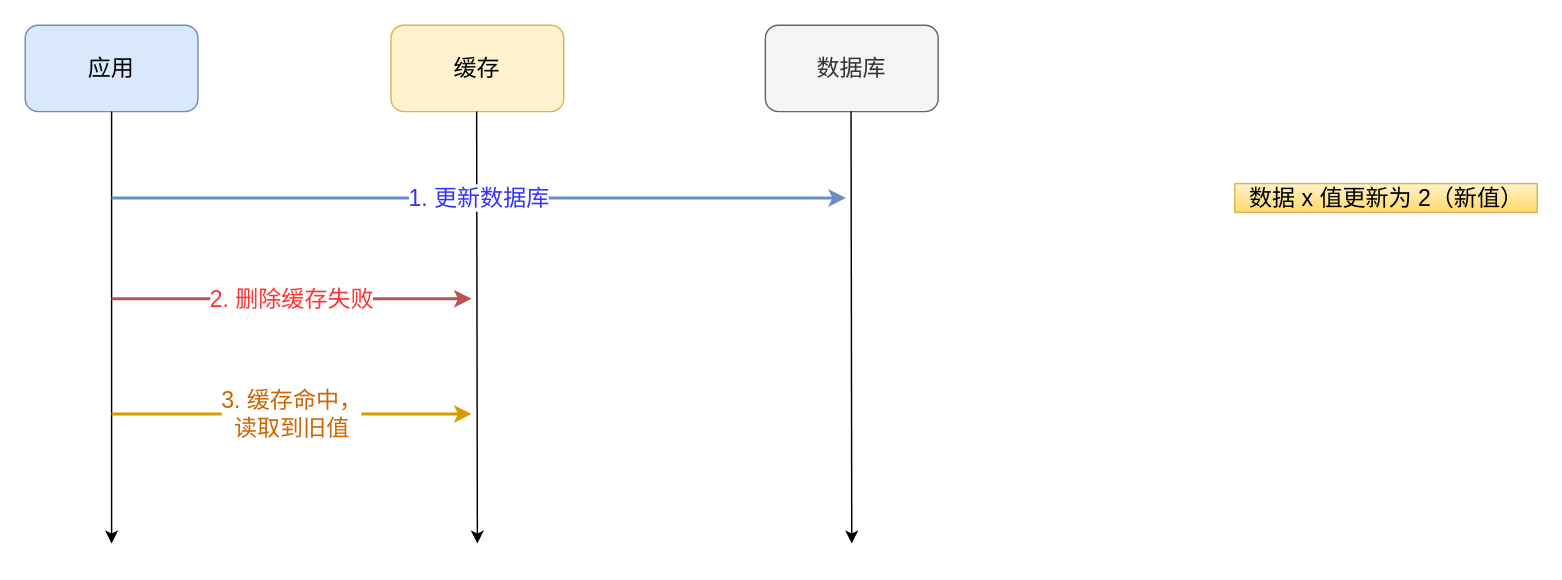
Above: redis/缓存/删除缓存失败-数据不一致.drawio in xiaolincoder/ImageHost4 (draw.io), before the change. Source tidied: cells renumbered, new cells numbered last; positions are measured from the earlier drawing's top-left corner, leaving out a move shared by most shapes. Both pictures are drawn from the tidied source at 144%, with x=0, y=0 at pixel (24, 24).
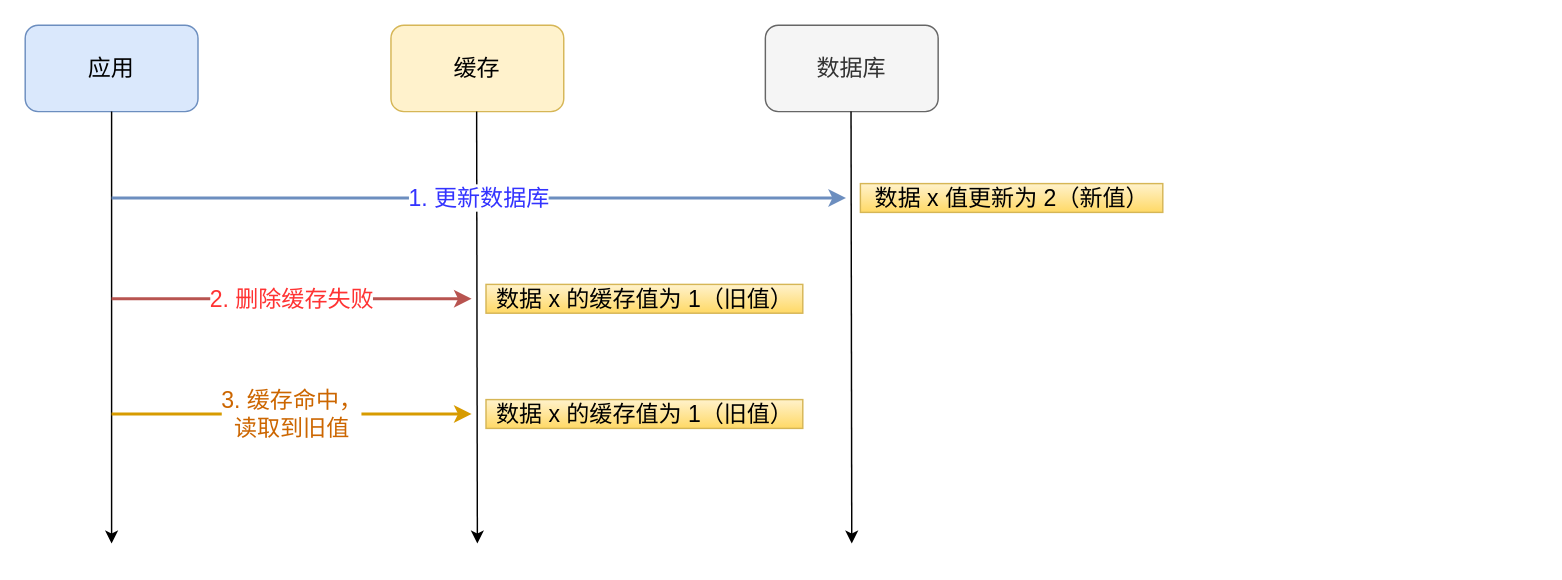
After the change.

Commit message (it also covers changes not shown here):
更新删除缓存失败-数据不一致.drawio

Change to the diagram source:
```diff
@@
 <mxGraphModel>
   <root>
     <mxCell id="0" />
     <mxCell id="1" parent="0" />
     <mxCell id="2" value="应用" style="rounded=1;whiteSpace=wrap;html=1;fontSize=16;fillColor=#dae8fc;strokeColor=#6c8ebf;" parent="1" vertex="1">
       <mxGeometry width="120" height="60" as="geometry" />
     </mxCell>
     <mxCell id="3" value="缓存" style="rounded=1;whiteSpace=wrap;html=1;fontSize=16;fillColor=#fff2cc;strokeColor=#d6b656;" parent="1" vertex="1">
       <mxGeometry x="254" width="120" height="60" as="geometry" />
     </mxCell>
     <mxCell id="4" value="数据库" style="rounded=1;whiteSpace=wrap;html=1;fontSize=16;fillColor=#f5f5f5;strokeColor=#666666;fontColor=#333333;" parent="1" vertex="1">
       <mxGeometry x="514" width="120" height="60" as="geometry" />
     </mxCell>
     <mxCell id="5" style="endArrow=classic;html=1;fontSize=16;exitX=0.5;exitY=1;exitDx=0;exitDy=0;" parent="1" edge="1" source="2">
       <mxGeometry relative="1" as="geometry">
         <mxPoint x="60" y="360" as="targetPoint" />
       </mxGeometry>
     </mxCell>
     <mxCell id="6" style="endArrow=classic;html=1;fontSize=16;exitX=0.5;exitY=1;exitDx=0;exitDy=0;" parent="1" edge="1">
       <mxGeometry relative="1" as="geometry">
         <mxPoint x="313.5" y="60" as="sourcePoint" />
         <mxPoint x="314" y="360" as="targetPoint" />
       </mxGeometry>
     </mxCell>
     <mxCell id="7" style="endArrow=classic;html=1;fontSize=16;exitX=0.5;exitY=1;exitDx=0;exitDy=0;" parent="1" edge="1">
       <mxGeometry relative="1" as="geometry">
         <mxPoint x="573.5" y="60" as="sourcePoint" />
         <mxPoint x="574" y="360" as="targetPoint" />
       </mxGeometry>
     </mxCell>
     <mxCell id="8" value="1. 更新数据库" style="endArrow=classic;html=1;fontSize=16;gradientColor=#7ea6e0;fillColor=#dae8fc;strokeColor=#6c8ebf;strokeWidth=2;fontColor=#3333FF;" parent="1" edge="1">
       <mxGeometry relative="1" as="geometry">
         <mxPoint x="60" y="120" as="sourcePoint" />
         <mxPoint x="570" y="120" as="targetPoint" />
       </mxGeometry>
     </mxCell>
     <mxCell id="9" value="2. 删除缓存失败" style="endArrow=classic;html=1;fontSize=16;gradientColor=#ea6b66;fillColor=#f8cecc;strokeColor=#b85450;strokeWidth=2;fontColor=#FF3333;" parent="1" edge="1">
       <mxGeometry relative="1" as="geometry">
         <mxPoint x="60" y="190" as="sourcePoint" />
         <mxPoint x="310" y="190" as="targetPoint" />
       </mxGeometry>
     </mxCell>
+    <mxCell id="11" value="3. 缓存命中，&lt;br&gt;读取到旧值" style="endArrow=classic;html=1;fillColor=#ffe6cc;strokeColor=#d79b00;strokeWidth=2;fontSize=16;fontColor=#CC6600;" parent="1" edge="1">
+      <mxGeometry relative="1" as="geometry">
+        <mxPoint x="60" y="270" as="sourcePoint" />
+        <mxPoint x="310" y="270" as="targetPoint" />
+      </mxGeometry>
+    </mxCell>
     <mxCell id="10" value="数据 x 值更新为 2（新值）" style="text;html=1;align=center;verticalAlign=middle;strokeColor=#d6b656;fillColor=#fff2cc;fontSize=16;gradientColor=#ffd966;" parent="1" vertex="1">
-      <mxGeometry x="840" y="110" width="210" height="20" as="geometry" />
+      <mxGeometry x="580" y="110" width="210" height="20" as="geometry" />
     </mxCell>
-    <mxCell id="11" value="3. 缓存命中，&lt;br&gt;读取到旧值" style="endArrow=classic;html=1;fillColor=#ffe6cc;strokeColor=#d79b00;strokeWidth=2;fontSize=16;fontColor=#CC6600;" parent="1" edge="1">
-      <mxGeometry relative="1" as="geometry">
-        <mxPoint x="60" y="270" as="sourcePoint" />
-        <mxPoint x="310" y="270" as="targetPoint" />
-      </mxGeometry>
-    </mxCell>
+    <mxCell id="12" value="数据 x 的缓存值为 1（旧值）" style="text;html=1;align=center;verticalAlign=middle;strokeColor=#d6b656;fillColor=#fff2cc;fontSize=16;gradientColor=#ffd966;" parent="1" vertex="1">
+      <mxGeometry x="320" y="180" width="220" height="20" as="geometry" />
+    </mxCell>
+    <mxCell id="13" value="数据 x 的缓存值为 1（旧值）" style="text;html=1;align=center;verticalAlign=middle;strokeColor=#d6b656;fillColor=#fff2cc;fontSize=16;gradientColor=#ffd966;" parent="1" vertex="1">
+      <mxGeometry x="320" y="260" width="220" height="20" as="geometry" />
+    </mxCell>
   </root>
 </mxGraphModel>
```
